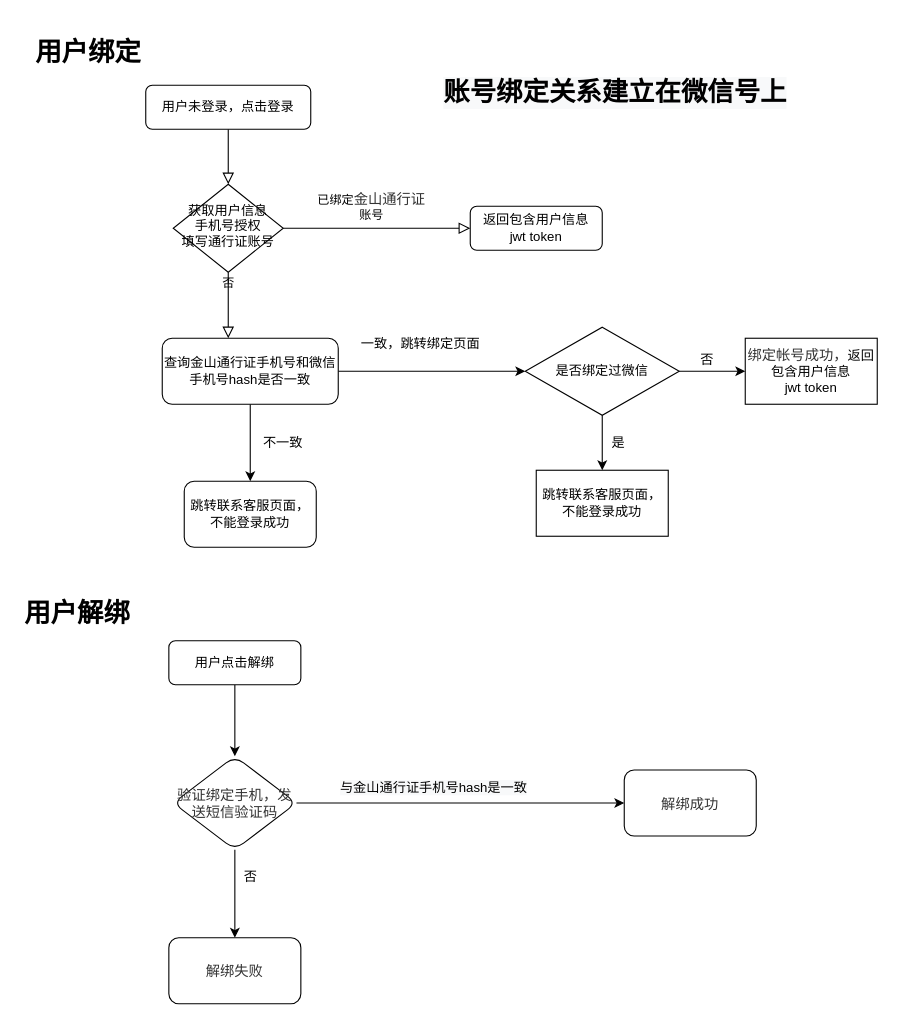
Above: Untitled Diagram.drawio in over-star/drawio (draw.io), before the change. Source tidied: cells renumbered, new cells numbered last; positions are measured from the earlier drawing's top-left corner, leaving out a move shared by most shapes. Both pictures are drawn from the tidied source at 110%, with x=0, y=0 at pixel (19, 30).
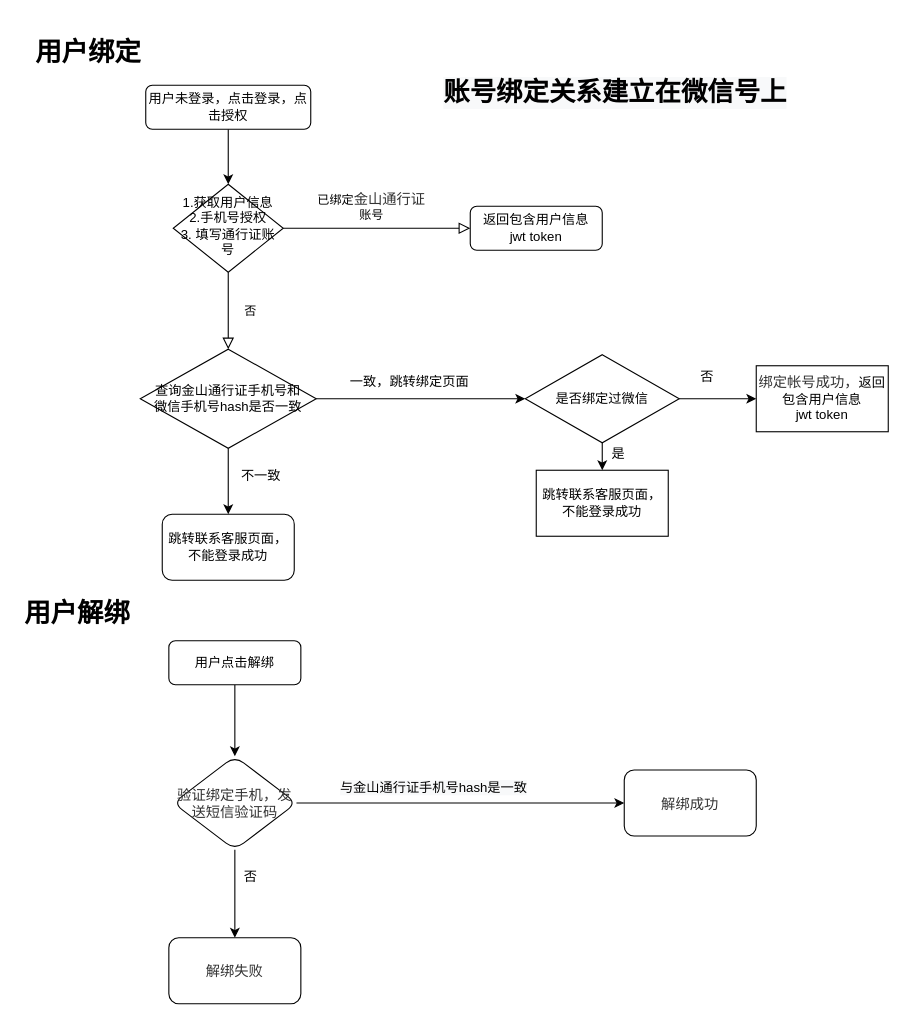
Above is the later version.

Commit message:
剑网3小程序drawio

What changed in the source:
```diff
@@
-    <mxCell id="2" style="rounded=0;html=1;jettySize=auto;fontSize=11;endArrow=block;endFill=0;endSize=8;strokeWidth=1;shadow=0;labelBackgroundColor=none;edgeStyle=orthogonalEdgeStyle;" parent="1" edge="1" source="3" target="6">
+    <mxCell id="2" style="edgeStyle=orthogonalEdgeStyle;rounded=0;jettySize=auto;html=1;" parent="1" edge="1" source="3" target="6">
       <mxGeometry relative="1" as="geometry" />
     </mxCell>
-    <mxCell id="3" value="用户未登录，点击登录" style="rounded=1;whiteSpace=wrap;html=1;fontSize=12;glass=0;strokeWidth=1;shadow=0;" parent="1" vertex="1">
+    <mxCell id="3" value="用户未登录，点击登录，点击授权" style="rounded=1;whiteSpace=wrap;html=1;fontSize=12;glass=0;strokeWidth=1;shadow=0;" parent="1" vertex="1">
       <mxGeometry x="115" y="50" width="150" height="40" as="geometry" />
     </mxCell>
-    <mxCell id="4" value="否" style="rounded=0;html=1;jettySize=auto;fontSize=11;endArrow=block;endFill=0;endSize=8;strokeWidth=1;shadow=0;labelBackgroundColor=none;edgeStyle=orthogonalEdgeStyle;" parent="1" edge="1" source="6">
-      <mxGeometry y="20" relative="1" as="geometry">
-        <mxPoint x="190" y="280" as="targetPoint" />
-      </mxGeometry>
+    <mxCell id="4" value="否" style="rounded=0;html=1;jettySize=auto;fontSize=11;endArrow=block;endFill=0;endSize=8;strokeWidth=1;shadow=0;labelBackgroundColor=none;edgeStyle=orthogonalEdgeStyle;entryX=0.5;entryY=0;entryDx=0;entryDy=0;" parent="1" edge="1" source="6" target="33">
+      <mxGeometry y="20" relative="1" as="geometry" />
     </mxCell>
@@
-    <mxCell id="6" value="获取用户信息&lt;br&gt;手机号授权&lt;br&gt;填写通行证账号" style="rhombus;whiteSpace=wrap;html=1;shadow=0;fontFamily=Helvetica;fontSize=12;align=center;strokeWidth=1;spacing=6;spacingTop=-4;" parent="1" vertex="1">
+    <mxCell id="6" value="1.获取用户信息&lt;br&gt;2.手机号授权&lt;br&gt;3. 填写通行证账号" style="rhombus;whiteSpace=wrap;html=1;shadow=0;fontFamily=Helvetica;fontSize=12;align=center;strokeWidth=1;spacing=6;spacingTop=-4;" parent="1" vertex="1">
       <mxGeometry x="140" y="140" width="100" height="80" as="geometry" />
     </mxCell>
@@
-    <mxCell id="8" style="edgeStyle=orthogonalEdgeStyle;rounded=0;jettySize=auto;html=1;" parent="1" edge="1" source="10" target="12">
+    <mxCell id="8" style="edgeStyle=orthogonalEdgeStyle;rounded=0;jettySize=auto;html=1;exitX=0.5;exitY=1;exitDx=0;exitDy=0;" parent="1" edge="1" source="33" target="12">
       <mxGeometry relative="1" as="geometry" />
     </mxCell>
-    <mxCell id="9" style="edgeStyle=orthogonalEdgeStyle;rounded=0;jettySize=auto;html=1;entryX=0;entryY=0.5;entryDx=0;entryDy=0;" parent="1" edge="1" source="10" target="16">
-      <mxGeometry relative="1" as="geometry" />
+    <mxCell id="9" style="edgeStyle=orthogonalEdgeStyle;rounded=0;jettySize=auto;html=1;entryX=0;entryY=0.5;entryDx=0;entryDy=0;exitX=1;exitY=0.5;exitDx=0;exitDy=0;" parent="1" edge="1" source="33" target="16">
+      <mxGeometry relative="1" as="geometry">
+        <Array as="points">
+          <mxPoint x="460" y="335" />
+        </Array>
+      </mxGeometry>
     </mxCell>
-    <mxCell id="10" value="查询金山通行证手机号和微信手机号hash是否一致" style="rounded=1;whiteSpace=wrap;html=1;" parent="1" vertex="1">
-      <mxGeometry x="130" y="280" width="160" height="60" as="geometry" />
-    </mxCell>
     <mxCell id="11" value="一致，跳转绑定页面" style="text;html=1;strokeColor=none;fillColor=none;align=center;verticalAlign=middle;whiteSpace=wrap;rounded=0;" parent="1" vertex="1">
-      <mxGeometry x="300" y="270" width="130" height="30" as="geometry" />
+      <mxGeometry x="290" y="305" width="130" height="30" as="geometry" />
     </mxCell>
     <mxCell id="12" value="&lt;span&gt;跳转联系客服页面，不能登录成功&lt;/span&gt;" style="whiteSpace=wrap;html=1;rounded=1;" parent="1" vertex="1">
-      <mxGeometry x="150" y="410" width="120" height="60" as="geometry" />
+      <mxGeometry x="130" y="440" width="120" height="60" as="geometry" />
     </mxCell>
     <mxCell id="13" value="不一致" style="text;html=1;strokeColor=none;fillColor=none;align=center;verticalAlign=middle;whiteSpace=wrap;rounded=0;" parent="1" vertex="1">
-      <mxGeometry x="190" y="360" width="100" height="30" as="geometry" />
+      <mxGeometry x="170" y="390" width="100" height="30" as="geometry" />
     </mxCell>
@@
     <mxCell id="16" value="&lt;span&gt;是否绑定过微信&lt;/span&gt;" style="rhombus;whiteSpace=wrap;html=1;" parent="1" vertex="1">
-      <mxGeometry x="460" y="270" width="140" height="80" as="geometry" />
+      <mxGeometry x="460" y="295" width="140" height="80" as="geometry" />
     </mxCell>
@@
     <mxCell id="18" value="是" style="text;html=1;strokeColor=none;fillColor=none;align=center;verticalAlign=middle;whiteSpace=wrap;rounded=0;" parent="1" vertex="1">
-      <mxGeometry x="480" y="360" width="130" height="30" as="geometry" />
+      <mxGeometry x="480" y="370" width="130" height="30" as="geometry" />
     </mxCell>
     <mxCell id="19" value="&lt;span style=&quot;color: rgb(51 , 51 , 51) ; font-family: &amp;#34;arial normal&amp;#34; , &amp;#34;arial&amp;#34; ; font-size: 13px&quot;&gt;绑定帐号成功，&lt;/span&gt;返回包含用户信息&lt;br&gt;jwt token" style="whiteSpace=wrap;html=1;" parent="1" vertex="1">
-      <mxGeometry x="660" y="280" width="120" height="60" as="geometry" />
+      <mxGeometry x="670" y="305" width="120" height="60" as="geometry" />
     </mxCell>
@@
     <mxCell id="31" value="否" style="text;html=1;align=center;verticalAlign=middle;strokeColor=none;fillColor=none;" parent="1" vertex="1">
-      <mxGeometry x="610" y="290" width="30" height="20" as="geometry" />
+      <mxGeometry x="610" y="305" width="30" height="20" as="geometry" />
     </mxCell>
@@
+    <mxCell id="33" value="&lt;span&gt;查询金山通行证手机号和&lt;br&gt;微信手机号hash是否一致&lt;/span&gt;" style="rhombus;whiteSpace=wrap;html=1;" parent="1" vertex="1">
+      <mxGeometry x="110" y="290" width="160" height="90" as="geometry" />
+    </mxCell>
```
